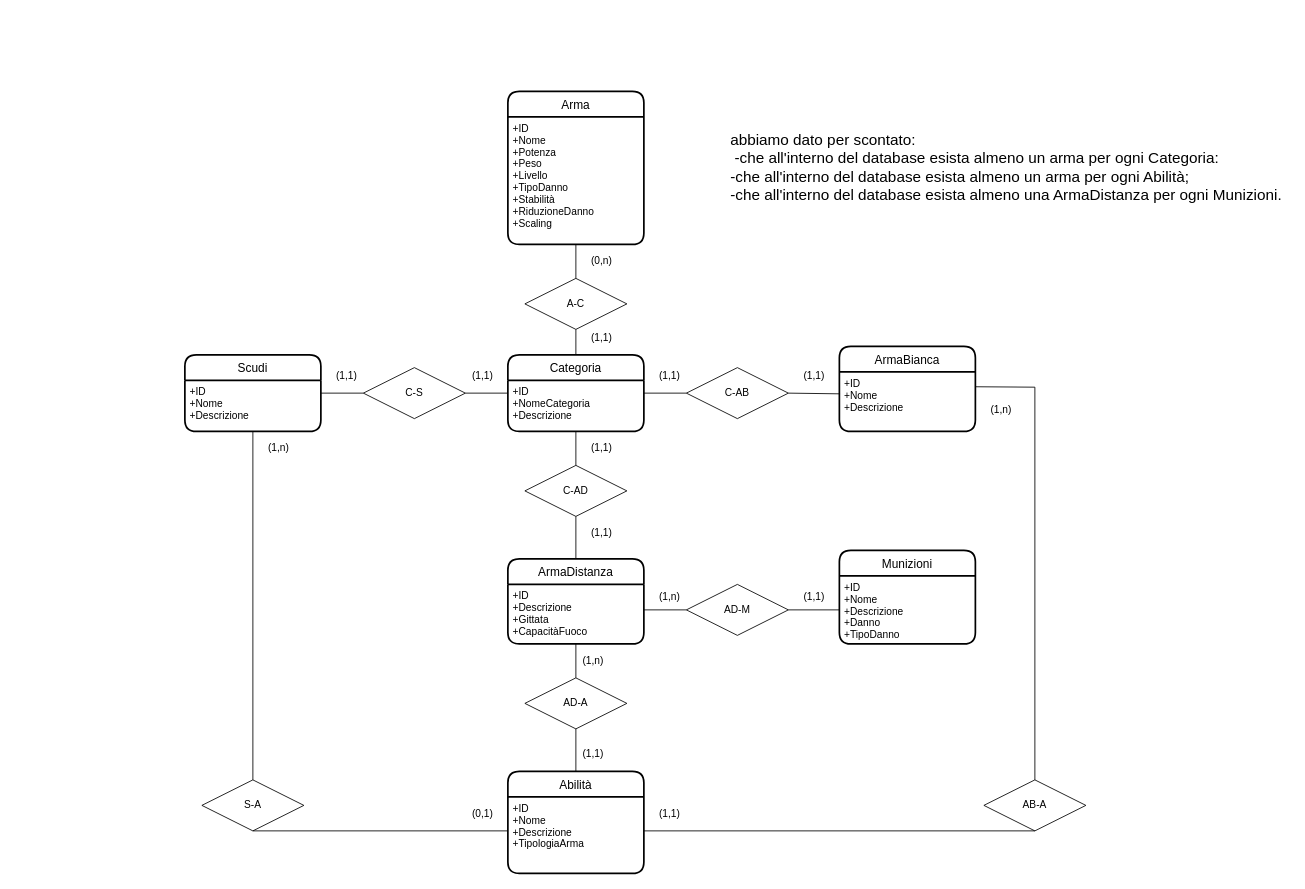
Earlier version of the draw.io diagram page "MODELLO E-R" (1 of 2) of resources/DIAGRAMMA_ARMI.drawio (mauromado/CatalogoSpade). Source tidied: cells renumbered, new cells numbered last; positions are measured from the earlier drawing's top-left corner, leaving out a move shared by most shapes. Both pictures are drawn from the tidied source at 85%, with x=0, y=0 at pixel (14, 14).
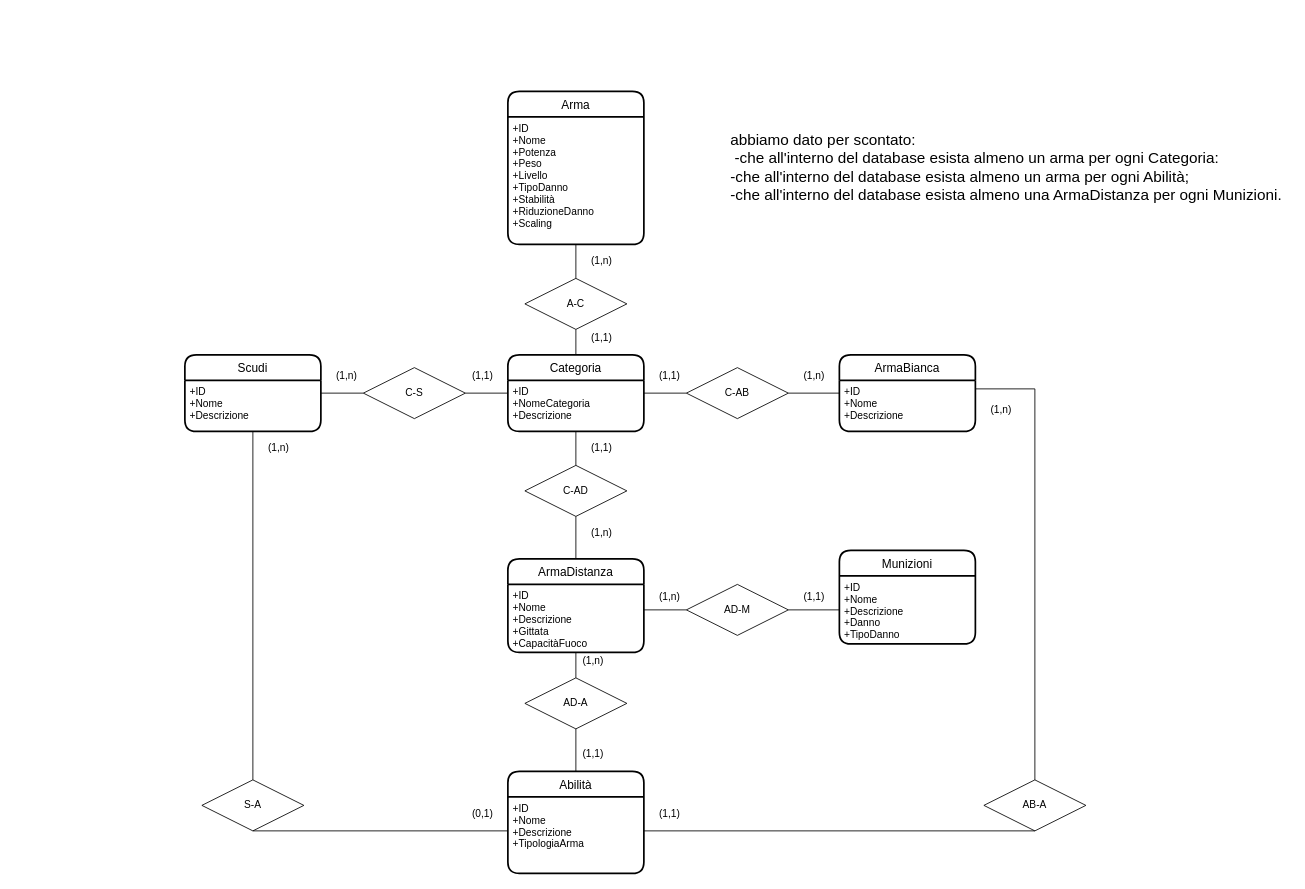
Above is the later version.

Commit message:
cambiamento cardinalità diagramma E-R e creazione schema logico

Unchanged cells that the change refers to:
```xml
<mxCell id="28" value="C-AB" style="shape=rhombus;perimeter=rhombusPerimeter;whiteSpace=wrap;html=1;align=center;" parent="1" vertex="1">
  <mxGeometry x="790" y="415" width="120" height="60" as="geometry" />
</mxCell>
<mxCell id="45" value="AB-A" style="shape=rhombus;perimeter=rhombusPerimeter;whiteSpace=wrap;html=1;align=center;" parent="1" vertex="1">
  <mxGeometry x="1140" y="900" width="120" height="60" as="geometry" />
</mxCell>
```

Diff of the diagram source:
```diff
@@
     <mxCell id="5" value="ArmaBianca" style="swimlane;horizontal=1;startSize=30;rounded=1;fontSize=14;fontStyle=0;strokeWidth=2;shadow=0;dashed=0;align=center;" parent="1" vertex="1">
-      <mxGeometry x="970" y="390" width="160" height="100" as="geometry" />
+      <mxGeometry x="970" y="400" width="160" height="90" as="geometry" />
     </mxCell>
     <mxCell id="6" value="+ID&#10;+Nome&#10;+Descrizione&#10;" style="align=left;strokeColor=none;fillColor=none;spacingLeft=4;fontSize=12;verticalAlign=top;" parent="5" vertex="1">
-      <mxGeometry y="30" width="160" height="70" as="geometry" />
+      <mxGeometry y="30" width="160" height="60" as="geometry" />
     </mxCell>
     <mxCell id="7" value="ArmaDistanza" style="swimlane;horizontal=1;startSize=30;rounded=1;fontSize=14;fontStyle=0;strokeWidth=2;shadow=0;dashed=0;align=center;" parent="1" vertex="1">
-      <mxGeometry x="580" y="640" width="160" height="100" as="geometry" />
+      <mxGeometry x="580" y="640" width="160" height="110" as="geometry" />
     </mxCell>
-    <mxCell id="8" value="+ID&#10;+Descrizione&#10;+Gittata&#10;+CapacitàFuoco&#10;" style="align=left;strokeColor=none;fillColor=none;spacingLeft=4;fontSize=12;verticalAlign=top;" parent="7" vertex="1">
-      <mxGeometry y="30" width="160" height="70" as="geometry" />
+    <mxCell id="8" value="+ID&#10;+Nome&#10;+Descrizione&#10;+Gittata&#10;+CapacitàFuoco&#10;" style="align=left;strokeColor=none;fillColor=none;spacingLeft=4;fontSize=12;verticalAlign=top;" parent="7" vertex="1">
+      <mxGeometry y="30" width="160" height="80" as="geometry" />
     </mxCell>
@@
-    <mxCell id="21" value="(0,n)" style="text;html=1;align=center;verticalAlign=middle;strokeColor=none;fillColor=none;" parent="1" vertex="1">
+    <mxCell id="21" value="(1,n)" style="text;html=1;align=center;verticalAlign=middle;strokeColor=none;fillColor=none;" parent="1" vertex="1">
       <mxGeometry x="670" y="280" width="40" height="20" as="geometry" />
     </mxCell>
@@
-    <mxCell id="31" style="endArrow=none;html=1;rounded=0;entryX=1;entryY=0.5;entryDx=0;entryDy=0;exitX=0.005;exitY=0.369;exitDx=0;exitDy=0;exitPerimeter=0;" parent="1" edge="1" source="6" target="28">
+    <mxCell id="31" style="endArrow=none;html=1;rounded=0;entryX=1;entryY=0.5;entryDx=0;entryDy=0;exitX=0;exitY=0.25;exitDx=0;exitDy=0;" parent="1" edge="1" source="6" target="28">
       <mxGeometry relative="1" as="geometry" />
     </mxCell>
@@
-    <mxCell id="34" value="(1,1)" style="text;html=1;align=center;verticalAlign=middle;strokeColor=none;fillColor=none;" parent="1" vertex="1">
+    <mxCell id="34" value="(1,n)" style="text;html=1;align=center;verticalAlign=middle;strokeColor=none;fillColor=none;" parent="1" vertex="1">
       <mxGeometry x="920" y="415" width="40" height="20" as="geometry" />
     </mxCell>
-    <mxCell id="35" value="(1,1)" style="text;html=1;align=center;verticalAlign=middle;strokeColor=none;fillColor=none;" parent="1" vertex="1">
+    <mxCell id="35" value="(1,n)" style="text;html=1;align=center;verticalAlign=middle;strokeColor=none;fillColor=none;" parent="1" vertex="1">
       <mxGeometry x="670" y="600" width="40" height="20" as="geometry" />
     </mxCell>
-    <mxCell id="36" value="(1,1)" style="text;html=1;align=center;verticalAlign=middle;strokeColor=none;fillColor=none;" parent="1" vertex="1">
+    <mxCell id="36" value="(1,n)" style="text;html=1;align=center;verticalAlign=middle;strokeColor=none;fillColor=none;" parent="1" vertex="1">
       <mxGeometry x="370" y="415" width="40" height="20" as="geometry" />
     </mxCell>
@@
-    <mxCell id="50" style="endArrow=none;html=1;rounded=0;exitX=0.5;exitY=0;exitDx=0;exitDy=0;entryX=1;entryY=0.25;entryDx=0;entryDy=0;" parent="1" edge="1" source="45" target="6">
+    <mxCell id="50" style="endArrow=none;html=1;rounded=0;exitX=0.5;exitY=0;exitDx=0;exitDy=0;" parent="1" edge="1" source="45">
       <mxGeometry relative="1" as="geometry">
+        <mxPoint x="1130" y="440" as="targetPoint" />
         <Array as="points">
-          <mxPoint x="1200" y="438" />
+          <mxPoint x="1200" y="440" />
         </Array>
       </mxGeometry>
     </mxCell>
```
